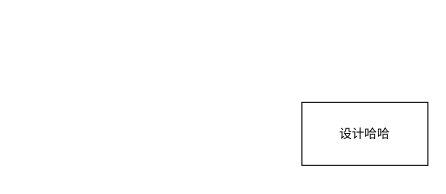
Before: folder/测试绘图保存.drawio in smalldragon1997/draw-file, a draw.io diagram. Source tidied: cells renumbered, new cells numbered last; positions are measured from the earlier drawing's top-left corner, leaving out a move shared by most shapes. Both pictures are drawn from the tidied source at 105%, with x=0, y=0 at pixel (301, 102).
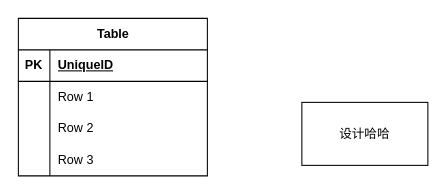
The same page after the edit.

Commit message:
更新测试绘图保存.drawio

Change to the diagram source:
```diff
@@
 <mxGraphModel>
   <root>
     <mxCell id="0" />
     <mxCell id="1" parent="0" />
     <mxCell id="2" value="设计哈哈" style="rounded=0;whiteSpace=wrap;html=1;" parent="1" vertex="1">
       <mxGeometry width="120" height="60" as="geometry" />
     </mxCell>
+    <mxCell id="3" value="Table" style="shape=table;startSize=30;childLayout=tableLayout;rowLines=0;fontStyle=1;align=center;html=1;" parent="1" vertex="1">
+      <mxGeometry x="-270" y="-80" width="180" height="150" as="geometry" />
+    </mxCell>
+    <mxCell id="4" style="shape=tableRow;horizontal=0;startSize=0;swimlaneHead=0;swimlaneBody=0;fillColor=none;top=0;left=0;right=0;bottom=1;" parent="3" vertex="1">
+      <mxGeometry y="30" width="180" height="30" as="geometry" />
+    </mxCell>
+    <mxCell id="5" value="PK" style="shape=partialRectangle;fillColor=none;top=0;left=0;bottom=0;right=0;fontStyle=1;overflow=hidden;whiteSpace=wrap;html=1;" parent="4" vertex="1">
+      <mxGeometry width="30" height="30" as="geometry" />
+    </mxCell>
+    <mxCell id="6" value="UniqueID" style="shape=partialRectangle;fillColor=none;top=0;left=0;bottom=0;right=0;align=left;spacingLeft=6;fontStyle=5;overflow=hidden;whiteSpace=wrap;html=1;" parent="4" vertex="1">
+      <mxGeometry x="30" width="150" height="30" as="geometry" />
+    </mxCell>
+    <mxCell id="7" style="shape=tableRow;horizontal=0;startSize=0;swimlaneHead=0;swimlaneBody=0;fillColor=none;top=0;left=0;right=0;bottom=0;" parent="3" vertex="1">
+      <mxGeometry y="60" width="180" height="30" as="geometry" />
+    </mxCell>
+    <mxCell id="8" style="shape=partialRectangle;fillColor=none;top=0;left=0;bottom=0;right=0;overflow=hidden;whiteSpace=wrap;html=1;" parent="7" vertex="1">
+      <mxGeometry width="30" height="30" as="geometry" />
+    </mxCell>
+    <mxCell id="9" value="Row 1" style="shape=partialRectangle;fillColor=none;top=0;left=0;bottom=0;right=0;align=left;spacingLeft=6;overflow=hidden;whiteSpace=wrap;html=1;" parent="7" vertex="1">
+      <mxGeometry x="30" width="150" height="30" as="geometry" />
+    </mxCell>
+    <mxCell id="10" style="shape=tableRow;horizontal=0;startSize=0;swimlaneHead=0;swimlaneBody=0;fillColor=none;top=0;left=0;right=0;bottom=0;" parent="3" vertex="1">
+      <mxGeometry y="90" width="180" height="30" as="geometry" />
+    </mxCell>
+    <mxCell id="11" style="shape=partialRectangle;fillColor=none;top=0;left=0;bottom=0;right=0;overflow=hidden;whiteSpace=wrap;html=1;" parent="10" vertex="1">
+      <mxGeometry width="30" height="30" as="geometry" />
+    </mxCell>
+    <mxCell id="12" value="Row 2" style="shape=partialRectangle;fillColor=none;top=0;left=0;bottom=0;right=0;align=left;spacingLeft=6;overflow=hidden;whiteSpace=wrap;html=1;" parent="10" vertex="1">
+      <mxGeometry x="30" width="150" height="30" as="geometry" />
+    </mxCell>
+    <mxCell id="13" style="shape=tableRow;horizontal=0;startSize=0;swimlaneHead=0;swimlaneBody=0;fillColor=none;top=0;left=0;right=0;bottom=0;" parent="3" vertex="1">
+      <mxGeometry y="120" width="180" height="30" as="geometry" />
+    </mxCell>
+    <mxCell id="14" style="shape=partialRectangle;fillColor=none;top=0;left=0;bottom=0;right=0;overflow=hidden;whiteSpace=wrap;html=1;" parent="13" vertex="1">
+      <mxGeometry width="30" height="30" as="geometry" />
+    </mxCell>
+    <mxCell id="15" value="Row 3" style="shape=partialRectangle;fillColor=none;top=0;left=0;bottom=0;right=0;align=left;spacingLeft=6;overflow=hidden;whiteSpace=wrap;html=1;" parent="13" vertex="1">
+      <mxGeometry x="30" width="150" height="30" as="geometry" />
+    </mxCell>
   </root>
 </mxGraphModel>
```
